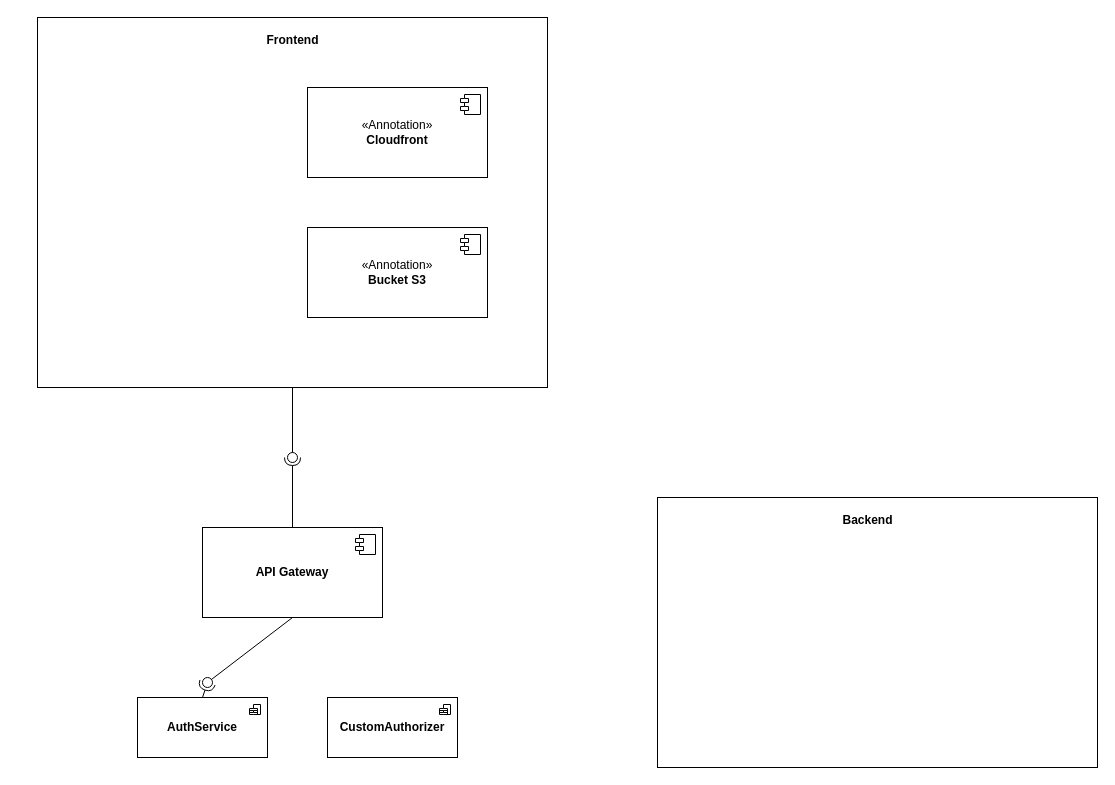
The draw.io diagram UML_E1.drawio in dgolzm/E1-Arqui-UML, before the edit. Source tidied: cells renumbered, new cells numbered last; positions are measured from the earlier drawing's top-left corner, leaving out a move shared by most shapes. Both pictures are drawn from the tidied source at 100%, with x=0, y=0 at pixel (37, 17).
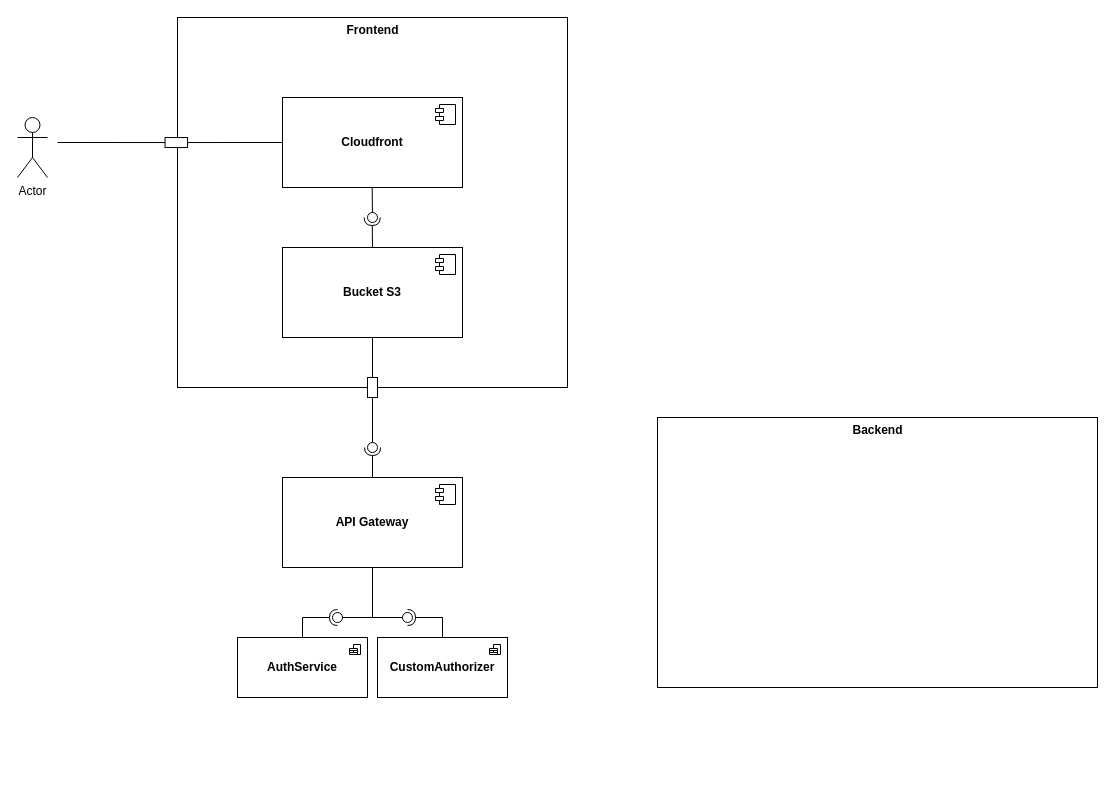
Above is the later version.

What changed in the source:
```diff
@@
     <mxCell id="2" style="html=1;whiteSpace=wrap;" parent="1" vertex="1">
-      <mxGeometry width="510" height="370" as="geometry" />
+      <mxGeometry x="140" width="390" height="370" as="geometry" />
     </mxCell>
     <mxCell id="3" value="Frontend" style="text;align=center;fontStyle=1;verticalAlign=middle;spacingLeft=3;spacingRight=3;strokeColor=none;html=1;" parent="1" vertex="1">
-      <mxGeometry x="215" y="10" width="80" height="26" as="geometry" />
+      <mxGeometry x="295" width="80" height="26" as="geometry" />
     </mxCell>
     <mxCell id="4" style="html=1;whiteSpace=wrap;" parent="1" vertex="1">
-      <mxGeometry x="620" y="480" width="440" height="270" as="geometry" />
+      <mxGeometry x="620" y="400" width="440" height="270" as="geometry" />
     </mxCell>
     <mxCell id="5" value="Backend" style="text;align=center;fontStyle=1;verticalAlign=middle;spacingLeft=3;spacingRight=3;strokeColor=none;html=1;" parent="1" vertex="1">
-      <mxGeometry x="790" y="490" width="80" height="26" as="geometry" />
+      <mxGeometry x="800" y="400" width="80" height="26" as="geometry" />
     </mxCell>
-    <mxCell id="6" value="«Annotation»&lt;br&gt;&lt;b&gt;Cloudfront&lt;/b&gt;" style="html=1;whiteSpace=wrap;" parent="1" vertex="1">
-      <mxGeometry x="270" y="70" width="180" height="90" as="geometry" />
+    <mxCell id="6" value="&lt;b&gt;Cloudfront&lt;/b&gt;" style="html=1;whiteSpace=wrap;" parent="1" vertex="1">
+      <mxGeometry x="245" y="80" width="180" height="90" as="geometry" />
     </mxCell>
@@
-    <mxCell id="8" value="«Annotation»&lt;br&gt;&lt;b&gt;Bucket S3&lt;/b&gt;" style="html=1;whiteSpace=wrap;" parent="1" vertex="1">
-      <mxGeometry x="270" y="210" width="180" height="90" as="geometry" />
+    <mxCell id="8" value="&lt;b&gt;Bucket S3&lt;/b&gt;" style="html=1;whiteSpace=wrap;" parent="1" vertex="1">
+      <mxGeometry x="245" y="230" width="180" height="90" as="geometry" />
     </mxCell>
@@
     <mxCell id="10" value="&lt;b&gt;API Gateway&lt;/b&gt;" style="html=1;whiteSpace=wrap;" parent="1" vertex="1">
-      <mxGeometry x="165" y="510" width="180" height="90" as="geometry" />
+      <mxGeometry x="245" y="460" width="180" height="90" as="geometry" />
     </mxCell>
@@
     <mxCell id="12" style="ellipse;whiteSpace=wrap;html=1;align=center;fillColor=none;strokeColor=none;perimeter=centerPerimeter;" parent="1" vertex="1">
-      <mxGeometry x="390" y="520" width="10" height="10" as="geometry" />
+      <mxGeometry x="470" y="490" width="10" height="10" as="geometry" />
     </mxCell>
     <mxCell id="13" style="ellipse;whiteSpace=wrap;html=1;align=center;fillColor=none;strokeColor=none;perimeter=centerPerimeter;" parent="1" vertex="1">
-      <mxGeometry x="310" y="480" width="10" height="10" as="geometry" />
+      <mxGeometry x="390" y="480" width="10" height="10" as="geometry" />
     </mxCell>
     <mxCell id="14" style="rounded=0;jettySize=auto;html=1;endArrow=halfCircle;endFill=0;endSize=6;strokeWidth=1;sketch=0;exitX=0.5;exitY=0;exitDx=0;exitDy=0;" parent="1" edge="1" source="10">
       <mxGeometry relative="1" as="geometry">
-        <mxPoint x="255" y="440" as="targetPoint" />
+        <mxPoint x="335" y="430" as="targetPoint" />
       </mxGeometry>
     </mxCell>
     <mxCell id="15" style="rounded=0;jettySize=auto;html=1;endArrow=oval;endFill=0;sketch=0;sourcePerimeterSpacing=0;targetPerimeterSpacing=0;endSize=10;exitX=0.5;exitY=1;exitDx=0;exitDy=0;" parent="1" edge="1" source="2">
       <mxGeometry relative="1" as="geometry">
-        <mxPoint x="255" y="440" as="targetPoint" />
+        <mxPoint x="335" y="430" as="targetPoint" />
       </mxGeometry>
     </mxCell>
     <mxCell id="16" style="ellipse;whiteSpace=wrap;html=1;align=center;fillColor=none;strokeColor=none;perimeter=centerPerimeter;" parent="1" vertex="1">
-      <mxGeometry x="315" y="450" width="10" height="10" as="geometry" />
+      <mxGeometry x="395" y="450" width="10" height="10" as="geometry" />
     </mxCell>
     <mxCell id="17" value="&lt;b&gt;AuthService&lt;/b&gt;" style="html=1;whiteSpace=wrap;" parent="1" vertex="1">
-      <mxGeometry x="100" y="680" width="130" height="60" as="geometry" />
+      <mxGeometry x="200" y="620" width="130" height="60" as="geometry" />
     </mxCell>
@@
     <mxCell id="19" value="&lt;b&gt;CustomAuthorizer&lt;/b&gt;" style="html=1;whiteSpace=wrap;" parent="1" vertex="1">
-      <mxGeometry x="290" y="680" width="130" height="60" as="geometry" />
+      <mxGeometry x="340" y="620" width="130" height="60" as="geometry" />
     </mxCell>
@@
-    <mxCell id="21" style="rounded=0;jettySize=auto;html=1;endArrow=halfCircle;endFill=0;endSize=6;strokeWidth=1;sketch=0;exitX=0.5;exitY=0;exitDx=0;exitDy=0;" parent="1" edge="1" source="17" target="23">
-      <mxGeometry relative="1" as="geometry" />
+    <mxCell id="21" style="rounded=0;jettySize=auto;html=1;endArrow=halfCircle;endFill=0;endSize=6;strokeWidth=1;sketch=0;exitX=0.5;exitY=0;exitDx=0;exitDy=0;" parent="1" edge="1" source="17">
+      <mxGeometry relative="1" as="geometry">
+        <mxPoint x="300" y="600" as="targetPoint" />
+        <Array as="points">
+          <mxPoint x="265" y="600" />
+        </Array>
+      </mxGeometry>
     </mxCell>
-    <mxCell id="22" style="rounded=0;jettySize=auto;html=1;endArrow=oval;endFill=0;sketch=0;sourcePerimeterSpacing=0;targetPerimeterSpacing=0;endSize=10;exitX=0.5;exitY=1;exitDx=0;exitDy=0;" parent="1" edge="1" source="10" target="23">
-      <mxGeometry relative="1" as="geometry" />
+    <mxCell id="22" style="rounded=0;orthogonalLoop=1;jettySize=auto;html=1;endArrow=oval;endFill=0;sketch=0;sourcePerimeterSpacing=0;targetPerimeterSpacing=0;endSize=10;" parent="1" edge="1">
+      <mxGeometry relative="1" as="geometry">
+        <mxPoint x="335" y="550" as="sourcePoint" />
+        <mxPoint x="300" y="600" as="targetPoint" />
+        <Array as="points">
+          <mxPoint x="335" y="600" />
+        </Array>
+      </mxGeometry>
     </mxCell>
     <mxCell id="23" style="ellipse;whiteSpace=wrap;html=1;align=center;fillColor=none;strokeColor=none;perimeter=centerPerimeter;points=[];outlineConnect=1;" parent="1" vertex="1">
-      <mxGeometry x="165" y="660" width="10" height="10" as="geometry" />
+      <mxGeometry x="245" y="600" width="10" height="10" as="geometry" />
     </mxCell>
+    <mxCell id="24" style="rounded=0;jettySize=auto;html=1;endArrow=oval;endFill=0;sketch=0;sourcePerimeterSpacing=0;targetPerimeterSpacing=0;endSize=10;exitX=0.5;exitY=1;exitDx=0;exitDy=0;" parent="1" edge="1" source="10">
+      <mxGeometry relative="1" as="geometry">
+        <mxPoint x="370" y="600" as="targetPoint" />
+        <Array as="points">
+          <mxPoint x="335" y="600" />
+        </Array>
+      </mxGeometry>
+    </mxCell>
+    <mxCell id="25" style="rounded=0;jettySize=auto;html=1;endArrow=halfCircle;endFill=0;endSize=6;strokeWidth=1;sketch=0;exitX=0.5;exitY=0;exitDx=0;exitDy=0;" parent="1" edge="1" source="19">
+      <mxGeometry relative="1" as="geometry">
+        <mxPoint x="370" y="600" as="targetPoint" />
+        <Array as="points">
+          <mxPoint x="405" y="600" />
+        </Array>
+      </mxGeometry>
+    </mxCell>
+    <mxCell id="26" style="endArrow=none;html=1;rounded=0;exitX=0.5;exitY=1;exitDx=0;exitDy=0;entryX=0.5;entryY=1;entryDx=0;entryDy=0;" parent="1" edge="1" source="30" target="8">
+      <mxGeometry relative="1" as="geometry" />
+    </mxCell>
+    <mxCell id="27" style="rounded=0;orthogonalLoop=1;jettySize=auto;html=1;endArrow=oval;endFill=0;sketch=0;sourcePerimeterSpacing=0;targetPerimeterSpacing=0;endSize=10;exitX=0.5;exitY=1;exitDx=0;exitDy=0;" parent="1" edge="1">
+      <mxGeometry relative="1" as="geometry">
+        <mxPoint x="334.7" y="170" as="sourcePoint" />
+        <mxPoint x="335" y="200" as="targetPoint" />
+      </mxGeometry>
+    </mxCell>
+    <mxCell id="28" style="rounded=0;jettySize=auto;html=1;endArrow=halfCircle;endFill=0;endSize=6;strokeWidth=1;sketch=0;exitX=0.5;exitY=0;exitDx=0;exitDy=0;" parent="1" edge="1" source="8">
+      <mxGeometry relative="1" as="geometry">
+        <mxPoint x="334.7" y="200" as="targetPoint" />
+      </mxGeometry>
+    </mxCell>
+    <mxCell id="29" style="endArrow=none;html=1;rounded=0;exitX=0.5;exitY=1;exitDx=0;exitDy=0;entryX=0.5;entryY=1;entryDx=0;entryDy=0;" parent="1" edge="1" source="2" target="30">
+      <mxGeometry relative="1" as="geometry" />
+    </mxCell>
+    <mxCell id="30" style="html=1;whiteSpace=wrap;" parent="1" vertex="1">
+      <mxGeometry x="330" y="360" width="10" height="20" as="geometry" />
+    </mxCell>
+    <mxCell id="31" value="Actor" style="shape=umlActor;verticalLabelPosition=bottom;verticalAlign=top;html=1;" parent="1" vertex="1">
+      <mxGeometry x="-20" y="100" width="30" height="60" as="geometry" />
+    </mxCell>
+    <mxCell id="32" style="html=1;whiteSpace=wrap;rotation=90;" parent="1" vertex="1">
+      <mxGeometry x="133.8" y="113.8" width="10" height="22.5" as="geometry" />
+    </mxCell>
+    <mxCell id="33" style="endArrow=none;html=1;rounded=0;exitX=0.5;exitY=0;exitDx=0;exitDy=0;entryX=0;entryY=0.5;entryDx=0;entryDy=0;" parent="1" edge="1" source="32" target="6">
+      <mxGeometry relative="1" as="geometry" />
+    </mxCell>
+    <mxCell id="34" style="endArrow=none;html=1;rounded=0;entryX=0.5;entryY=1;entryDx=0;entryDy=0;" parent="1" edge="1" target="32">
+      <mxGeometry relative="1" as="geometry">
+        <mxPoint x="20" y="125" as="sourcePoint" />
+      </mxGeometry>
+    </mxCell>
```
